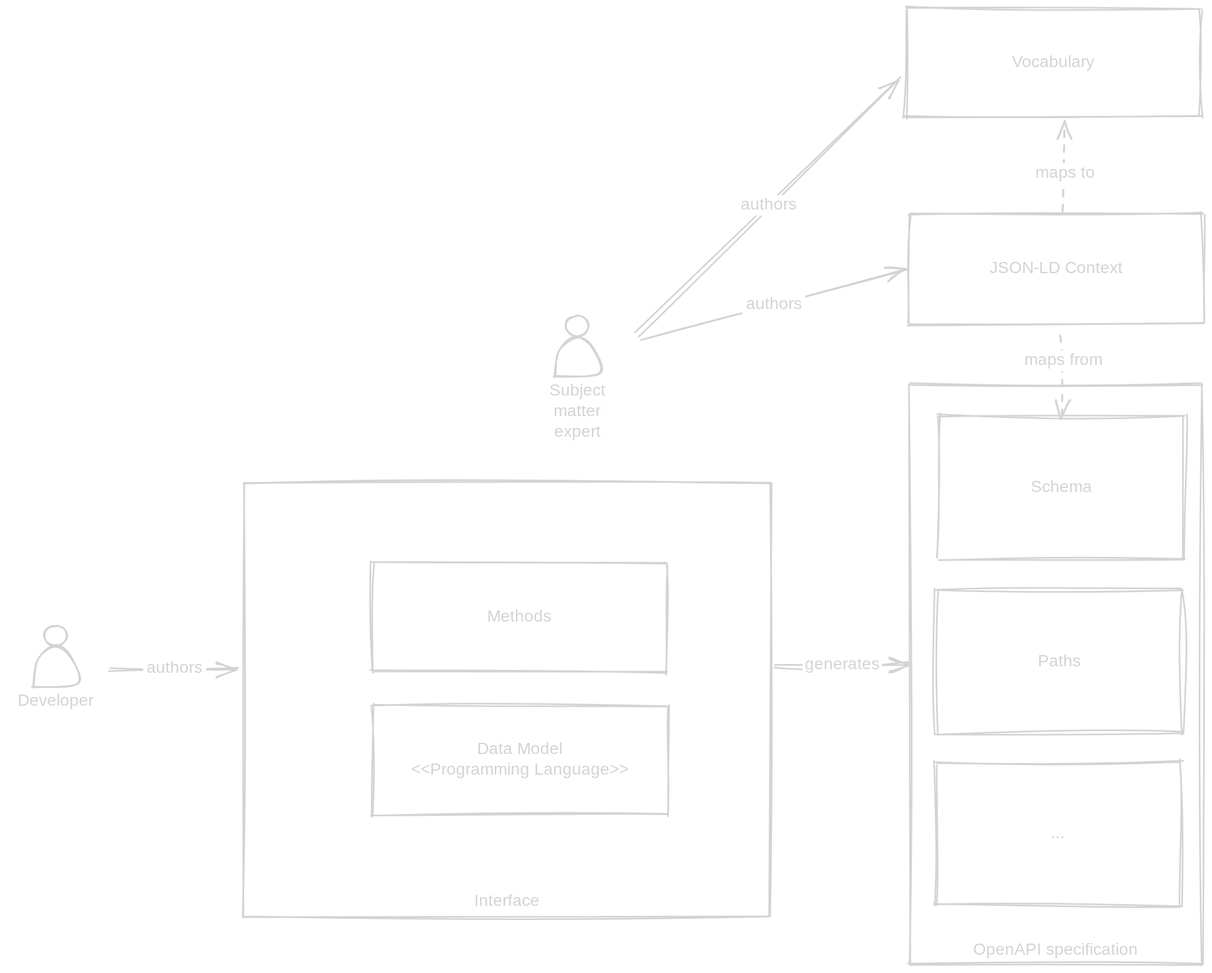
Above: content/Attachments/Mapping LD URIs between Vocabularies and APIs 2024-04-30 18.23.38.excalidraw.dark.svg in bartkl/bartkl.github.io (Excalidraw), before the change. Source tidied: one line per element, renumbered; positions are measured from the earlier drawing's top-left corner, leaving out a move shared by most shapes. Its diagram source:
```json
{"id": 0, "type": "rectangle", "strokeColor": "#1e1e1e", "strokeWidth": 2, "roughness": 2, "x": 1094, "y": 457, "width": 355, "height": 704}
{"id": 1, "type": "text", "text": "OpenAPI specification", "strokeColor": "#1e1e1e", "strokeWidth": 2, "roughness": 2, "fontSize": 20, "fontFamily": 1, "textAlign": "center", "verticalAlign": "bottom", "inside": 0, "x": 1166, "y": 1131, "width": 212, "height": 25}
{"id": 2, "type": "rectangle", "strokeColor": "#1e1e1e", "strokeWidth": 2, "roughness": 2, "x": 1126, "y": 706, "width": 299, "height": 174}
{"id": 3, "type": "text", "text": "Paths", "strokeColor": "#1e1e1e", "strokeWidth": 2, "roughness": 2, "fontSize": 20, "fontFamily": 1, "textAlign": "center", "verticalAlign": "middle", "inside": 2, "x": 1247, "y": 781, "width": 59, "height": 25}
{"id": 4, "type": "rectangle", "strokeColor": "#1e1e1e", "strokeWidth": 2, "roughness": 2, "x": 1129, "y": 495, "width": 299, "height": 174}
{"id": 5, "type": "text", "text": "Schema", "strokeColor": "#1e1e1e", "strokeWidth": 2, "roughness": 2, "fontSize": 20, "fontFamily": 1, "textAlign": "center", "verticalAlign": "middle", "inside": 4, "x": 1244, "y": 569, "width": 69, "height": 25}
{"id": 6, "type": "ellipse", "strokeColor": "#1e1e1e", "strokeWidth": 2, "roughness": 1, "opacity": 0, "x": 0, "y": 743, "width": 117, "height": 117}
{"id": 7, "type": "line", "strokeColor": "#1e1e1e", "strokeWidth": 2, "roughness": 1, "round": true, "x": 30, "y": 823, "width": 54, "height": 48, "points": [[0, 0], [6, -32], [26, -48], [46, -36], [54, -3], [0, 0]]}
{"id": 8, "type": "ellipse", "strokeColor": "#1e1e1e", "strokeWidth": 2, "roughness": 1, "x": 43, "y": 749, "width": 28, "height": 24}
{"id": 9, "type": "text", "text": "Developer", "strokeColor": "#1e1e1e", "strokeWidth": 2, "roughness": 1, "fontSize": 20, "fontFamily": 1, "textAlign": "center", "x": 11, "y": 829, "width": 94, "height": 25}
{"id": 10, "type": "rectangle", "strokeColor": "#1e1e1e", "strokeWidth": 2, "roughness": 2, "x": 1125, "y": 915, "width": 299, "height": 174}
{"id": 11, "type": "text", "text": "...", "strokeColor": "#1e1e1e", "strokeWidth": 2, "roughness": 2, "fontSize": 20, "fontFamily": 1, "textAlign": "center", "verticalAlign": "middle", "inside": 10, "x": 1266, "y": 989, "width": 16, "height": 25}
{"id": 12, "type": "rectangle", "strokeColor": "#1e1e1e", "strokeWidth": 2, "roughness": 2, "x": 1093, "y": 250, "width": 358, "height": 132}
{"id": 13, "type": "text", "text": "JSON-LD Context", "strokeColor": "#1e1e1e", "strokeWidth": 2, "roughness": 2, "fontSize": 20, "fontFamily": 1, "textAlign": "center", "verticalAlign": "middle", "inside": 12, "x": 1184, "y": 304, "width": 176, "height": 25}
{"id": 14, "type": "arrow", "strokeColor": "#1e1e1e", "strokeWidth": 2, "roughness": 2, "endArrowhead": "arrow", "from": 16, "to": 12, "x": 769, "y": 402, "width": 321, "height": 84, "points": [[0, 0], [321, -84]]}
{"id": 15, "type": "text", "text": "authors", "strokeColor": "#1e1e1e", "strokeWidth": 2, "roughness": 2, "fontSize": 20, "fontFamily": 1, "textAlign": "center", "verticalAlign": "middle", "inside": 14, "x": 891, "y": 347, "width": 76, "height": 25}
{"id": 16, "type": "ellipse", "strokeColor": "#1e1e1e", "strokeWidth": 2, "roughness": 1, "opacity": 0, "x": 633, "y": 367, "width": 117, "height": 117}
{"id": 17, "type": "line", "strokeColor": "#1e1e1e", "strokeWidth": 2, "roughness": 1, "round": true, "x": 663, "y": 447, "width": 54, "height": 48, "points": [[0, 0], [6, -32], [26, -48], [46, -36], [54, -3], [0, 0]]}
{"id": 18, "type": "ellipse", "strokeColor": "#1e1e1e", "strokeWidth": 2, "roughness": 1, "x": 677, "y": 373, "width": 28, "height": 24}
{"id": 19, "type": "text", "text": "Subject\nmatter\nexpert", "strokeColor": "#1e1e1e", "strokeWidth": 2, "roughness": 1, "fontSize": 20, "fontFamily": 1, "textAlign": "center", "x": 654, "y": 453, "width": 73, "height": 75}
{"id": 20, "type": "arrow", "strokeColor": "#1e1e1e", "strokeWidth": 2, "strokeStyle": "dashed", "roughness": 2, "endArrowhead": "arrow", "round": true, "from": 12, "x": 1278, "y": 396, "width": 4, "height": 104, "points": [[0, 0], [3, 32], [4, 104]]}
{"id": 21, "type": "text", "text": "maps from", "strokeColor": "#1e1e1e", "strokeWidth": 2, "roughness": 2, "fontSize": 20, "fontFamily": 1, "textAlign": "center", "verticalAlign": "middle", "inside": 20, "x": 1231, "y": 415, "width": 99, "height": 25}
{"id": 22, "type": "rectangle", "strokeColor": "#1e1e1e", "strokeWidth": 2, "roughness": 2, "x": 1089, "y": 0, "width": 358, "height": 132}
{"id": 23, "type": "text", "text": "Vocabulary", "strokeColor": "#1e1e1e", "strokeWidth": 2, "roughness": 2, "fontSize": 20, "fontFamily": 1, "textAlign": "center", "verticalAlign": "middle", "inside": 22, "x": 1217, "y": 54, "width": 103, "height": 25}
{"id": 24, "type": "arrow", "strokeColor": "#1e1e1e", "strokeWidth": 2, "roughness": 2, "endArrowhead": "arrow", "round": true, "from": 16, "to": 22, "x": 763, "y": 395, "width": 321, "height": 311, "points": [[0, 0], [321, -311]]}
{"id": 25, "type": "text", "text": "authors", "strokeColor": "#1e1e1e", "strokeWidth": 2, "roughness": 2, "fontSize": 20, "fontFamily": 1, "textAlign": "center", "verticalAlign": "middle", "inside": 24, "x": 885, "y": 227, "width": 76, "height": 25}
{"id": 26, "type": "arrow", "strokeColor": "#1e1e1e", "strokeWidth": 2, "strokeStyle": "dashed", "roughness": 2, "endArrowhead": "arrow", "round": true, "from": 12, "to": 22, "x": 1279, "y": 246, "width": 4, "height": 108, "points": [[0, 0], [4, -45], [2, -108]]}
{"id": 27, "type": "text", "text": "maps to", "strokeColor": "#1e1e1e", "strokeWidth": 2, "roughness": 2, "fontSize": 20, "fontFamily": 1, "textAlign": "center", "verticalAlign": "middle", "inside": 26, "x": 1244, "y": 188, "width": 79, "height": 25}
{"id": 28, "type": "rectangle", "strokeColor": "#1e1e1e", "strokeWidth": 2, "roughness": 2, "x": 442, "y": 846, "width": 358, "height": 132}
{"id": 29, "type": "text", "text": "Data Model\n<<Programming Language>>", "strokeColor": "#1e1e1e", "strokeWidth": 2, "roughness": 2, "fontSize": 20, "fontFamily": 1, "textAlign": "center", "verticalAlign": "middle", "inside": 28, "x": 492, "y": 887, "width": 258, "height": 50}
{"id": 30, "type": "rectangle", "strokeColor": "#1e1e1e", "strokeWidth": 2, "roughness": 2, "x": 441, "y": 673, "width": 358, "height": 132}
{"id": 31, "type": "text", "text": "Methods", "strokeColor": "#1e1e1e", "strokeWidth": 2, "roughness": 2, "fontSize": 20, "fontFamily": 1, "textAlign": "center", "verticalAlign": "middle", "inside": 30, "x": 580, "y": 727, "width": 81, "height": 25}
{"id": 32, "type": "rectangle", "strokeColor": "#1e1e1e", "strokeWidth": 2, "roughness": 2, "x": 285, "y": 576, "width": 640, "height": 525}
{"id": 33, "type": "text", "text": "Interface", "strokeColor": "#1e1e1e", "strokeWidth": 2, "roughness": 2, "fontSize": 20, "fontFamily": 1, "textAlign": "center", "verticalAlign": "bottom", "inside": 32, "x": 558, "y": 1072, "width": 95, "height": 25}
{"id": 34, "type": "arrow", "strokeColor": "#1e1e1e", "strokeWidth": 2, "roughness": 2, "endArrowhead": "arrow", "from": 6, "to": 32, "x": 125, "y": 802, "width": 153, "height": 0, "points": [[0, 0], [153, 0]]}
{"id": 35, "type": "text", "text": "authors", "strokeColor": "#1e1e1e", "strokeWidth": 2, "roughness": 2, "fontSize": 20, "fontFamily": 1, "textAlign": "center", "verticalAlign": "middle", "inside": 34, "x": 279, "y": 791, "width": 76, "height": 25}
{"id": 36, "type": "arrow", "strokeColor": "#1e1e1e", "strokeWidth": 2, "roughness": 2, "endArrowhead": "arrow", "from": 32, "to": 0, "x": 932, "y": 799, "width": 161, "height": 3, "points": [[0, 0], [161, -3]]}
{"id": 37, "type": "text", "text": "generates", "strokeColor": "#1e1e1e", "strokeWidth": 2, "roughness": 2, "fontSize": 20, "fontFamily": 1, "textAlign": "center", "verticalAlign": "middle", "inside": 36, "x": 972, "y": 785, "width": 96, "height": 25}
```
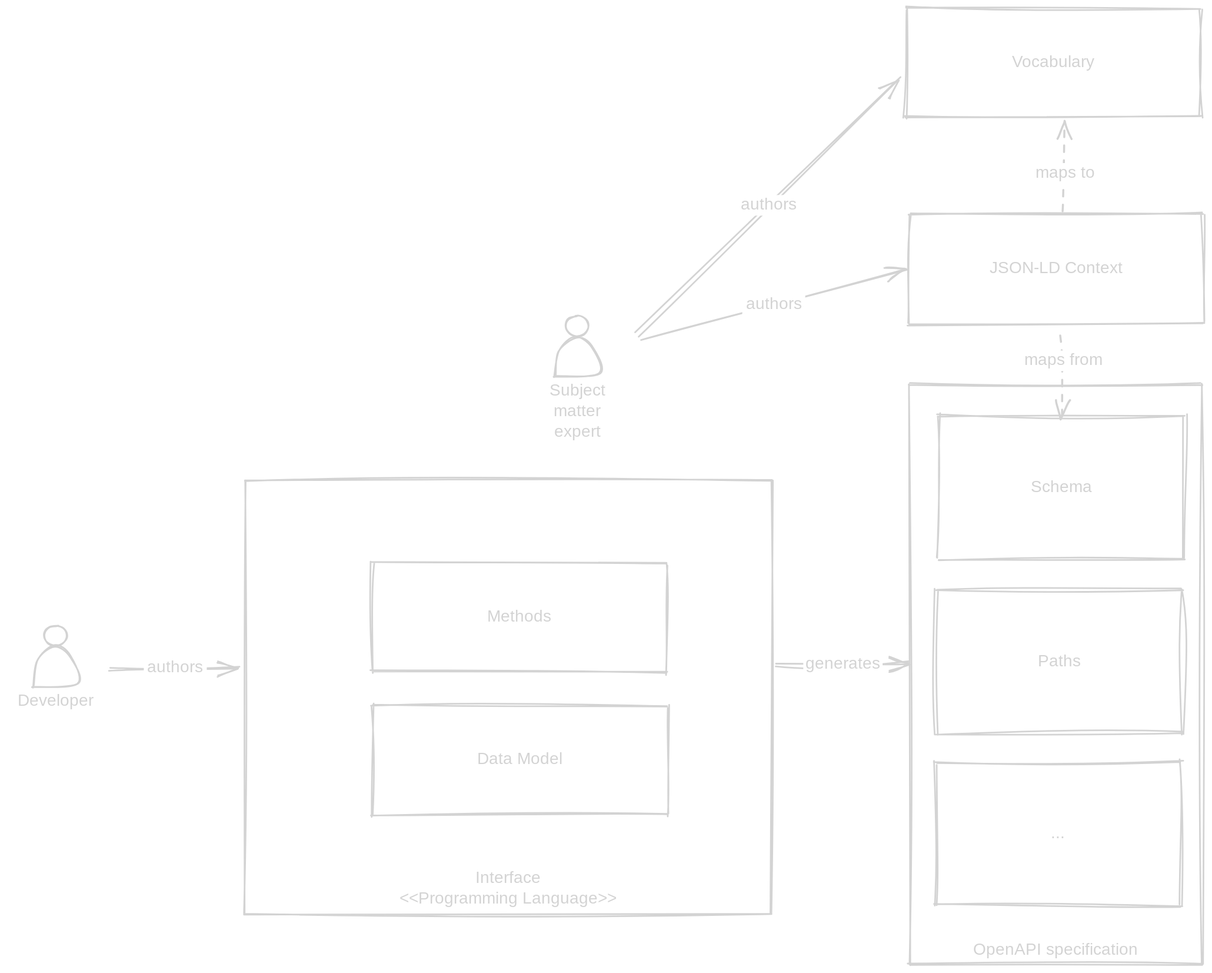
The same diagram one commit later.

The edit, as a diff of the source:
```diff
@@ -27,12 +27,12 @@
 {"id": 26, "type": "arrow", "strokeColor": "#1e1e1e", "strokeWidth": 2, "strokeStyle": "dashed", "roughness": 2, "endArrowhead": "arrow", "round": true, "from": 12, "to": 22, "x": 1279, "y": 246, "width": 4, "height": 108, "points": [[0, 0], [4, -45], [2, -108]]}
 {"id": 27, "type": "text", "text": "maps to", "strokeColor": "#1e1e1e", "strokeWidth": 2, "roughness": 2, "fontSize": 20, "fontFamily": 1, "textAlign": "center", "verticalAlign": "middle", "inside": 26, "x": 1244, "y": 188, "width": 79, "height": 25}
 {"id": 28, "type": "rectangle", "strokeColor": "#1e1e1e", "strokeWidth": 2, "roughness": 2, "x": 442, "y": 846, "width": 358, "height": 132}
-{"id": 29, "type": "text", "text": "Data Model\n<<Programming Language>>", "strokeColor": "#1e1e1e", "strokeWidth": 2, "roughness": 2, "fontSize": 20, "fontFamily": 1, "textAlign": "center", "verticalAlign": "middle", "inside": 28, "x": 492, "y": 887, "width": 258, "height": 50}
+{"id": 29, "type": "text", "text": "Data Model", "strokeColor": "#1e1e1e", "strokeWidth": 2, "roughness": 2, "fontSize": 20, "fontFamily": 1, "textAlign": "center", "verticalAlign": "middle", "inside": 28, "x": 563, "y": 900, "width": 118, "height": 25}
 {"id": 30, "type": "rectangle", "strokeColor": "#1e1e1e", "strokeWidth": 2, "roughness": 2, "x": 441, "y": 673, "width": 358, "height": 132}
 {"id": 31, "type": "text", "text": "Methods", "strokeColor": "#1e1e1e", "strokeWidth": 2, "roughness": 2, "fontSize": 20, "fontFamily": 1, "textAlign": "center", "verticalAlign": "middle", "inside": 30, "x": 580, "y": 727, "width": 81, "height": 25}
-{"id": 32, "type": "rectangle", "strokeColor": "#1e1e1e", "strokeWidth": 2, "roughness": 2, "x": 285, "y": 576, "width": 640, "height": 525}
+{"id": 32, "type": "rectangle", "strokeColor": "#1e1e1e", "strokeWidth": 2, "roughness": 2, "x": 287, "y": 573, "width": 640, "height": 525}
-{"id": 33, "type": "text", "text": "Interface", "strokeColor": "#1e1e1e", "strokeWidth": 2, "roughness": 2, "fontSize": 20, "fontFamily": 1, "textAlign": "center", "verticalAlign": "bottom", "inside": 32, "x": 558, "y": 1072, "width": 95, "height": 25}
+{"id": 33, "type": "text", "text": "Interface\n<<Programming Language>>", "strokeColor": "#1e1e1e", "strokeWidth": 2, "roughness": 2, "fontSize": 20, "fontFamily": 1, "textAlign": "center", "verticalAlign": "bottom", "inside": 32, "x": 478, "y": 1044, "width": 258, "height": 50}
-{"id": 34, "type": "arrow", "strokeColor": "#1e1e1e", "strokeWidth": 2, "roughness": 2, "endArrowhead": "arrow", "from": 6, "to": 32, "x": 125, "y": 802, "width": 153, "height": 0, "points": [[0, 0], [153, 0]]}
+{"id": 34, "type": "arrow", "strokeColor": "#1e1e1e", "strokeWidth": 2, "roughness": 2, "endArrowhead": "arrow", "from": 6, "to": 32, "x": 125, "y": 801, "width": 155, "height": 1, "points": [[0, 0], [155, -1]]}
 {"id": 35, "type": "text", "text": "authors", "strokeColor": "#1e1e1e", "strokeWidth": 2, "roughness": 2, "fontSize": 20, "fontFamily": 1, "textAlign": "center", "verticalAlign": "middle", "inside": 34, "x": 279, "y": 791, "width": 76, "height": 25}
-{"id": 36, "type": "arrow", "strokeColor": "#1e1e1e", "strokeWidth": 2, "roughness": 2, "endArrowhead": "arrow", "from": 32, "to": 0, "x": 932, "y": 799, "width": 161, "height": 3, "points": [[0, 0], [161, -3]]}
+{"id": 36, "type": "arrow", "strokeColor": "#1e1e1e", "strokeWidth": 2, "roughness": 2, "endArrowhead": "arrow", "from": 32, "to": 0, "x": 934, "y": 797, "width": 160, "height": 2, "points": [[0, 0], [160, -2]]}
 {"id": 37, "type": "text", "text": "generates", "strokeColor": "#1e1e1e", "strokeWidth": 2, "roughness": 2, "fontSize": 20, "fontFamily": 1, "textAlign": "center", "verticalAlign": "middle", "inside": 36, "x": 972, "y": 785, "width": 96, "height": 25}
```
